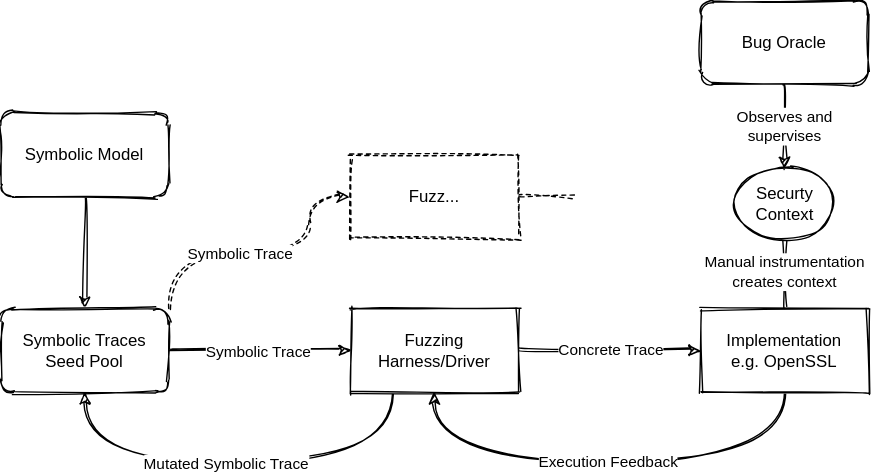
maxammann/blog keeps this draw.io diagram as content/posts/2021-04-06-symbolic-model-guided/big-picture.drawio.svg. Above is the earlier version. Source tidied: cells renumbered, new cells last; positions are measured from the earlier drawing's top-left corner, leaving out a move shared by most shapes.
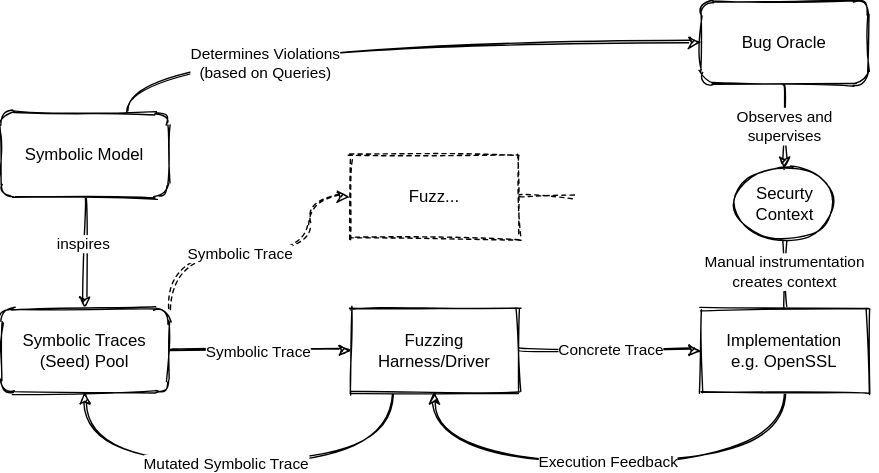
The same diagram one commit later.

What changed in the source:
```diff
@@ -5,6 +5,15 @@
     <mxCell id="2" style="edgeStyle=orthogonalEdgeStyle;rounded=0;jettySize=auto;html=1;sketch=1;curved=1;" parent="1" edge="1" source="3" target="6">
       <mxGeometry relative="1" as="geometry" />
     </mxCell>
+    <mxCell id="21" value="inspires" style="edgeLabel;html=1;align=center;verticalAlign=middle;" parent="2" vertex="1">
+      <mxGeometry x="-0.19" y="-2" relative="1" as="geometry" />
+    </mxCell>
+    <mxCell id="22" style="edgeStyle=orthogonalEdgeStyle;curved=1;rounded=0;sketch=1;jettySize=auto;html=1;exitX=0.75;exitY=0;exitDx=0;exitDy=0;entryX=0;entryY=0.5;entryDx=0;entryDy=0;startArrow=none;startFill=0;endArrow=classic;endFill=1;strokeColor=#000000;" parent="1" edge="1" source="3" target="20">
+      <mxGeometry relative="1" as="geometry" />
+    </mxCell>
+    <mxCell id="23" value="Determines Violations &lt;br&gt;(based on Queries)" style="edgeLabel;html=1;align=center;verticalAlign=middle;" parent="22" vertex="1">
+      <mxGeometry x="-0.35" y="-14" relative="1" as="geometry" />
+    </mxCell>
     <mxCell id="3" value="&lt;span&gt;Symbolic Model&lt;/span&gt;" style="rounded=1;whiteSpace=wrap;html=1;sketch=1;" parent="1" vertex="1">
       <mxGeometry y="80" width="120" height="60" as="geometry" />
     </mxCell>
@@ -16,7 +25,7 @@
         <mxPoint x="18.8" y="2" as="offset" />
       </mxGeometry>
     </mxCell>
-    <mxCell id="6" value="Symbolic Traces&lt;br&gt;Seed Pool" style="whiteSpace=wrap;html=1;rounded=1;sketch=1;" parent="1" vertex="1">
+    <mxCell id="6" value="Symbolic Traces&lt;br&gt;(Seed) Pool" style="whiteSpace=wrap;html=1;rounded=1;sketch=1;" parent="1" vertex="1">
       <mxGeometry y="220" width="120" height="60" as="geometry" />
     </mxCell>
     <mxCell id="7" value="Concrete Trace" style="edgeStyle=orthogonalEdgeStyle;rounded=0;jettySize=auto;html=1;sketch=1;curved=1;" parent="1" edge="1" source="10" target="13">
```
